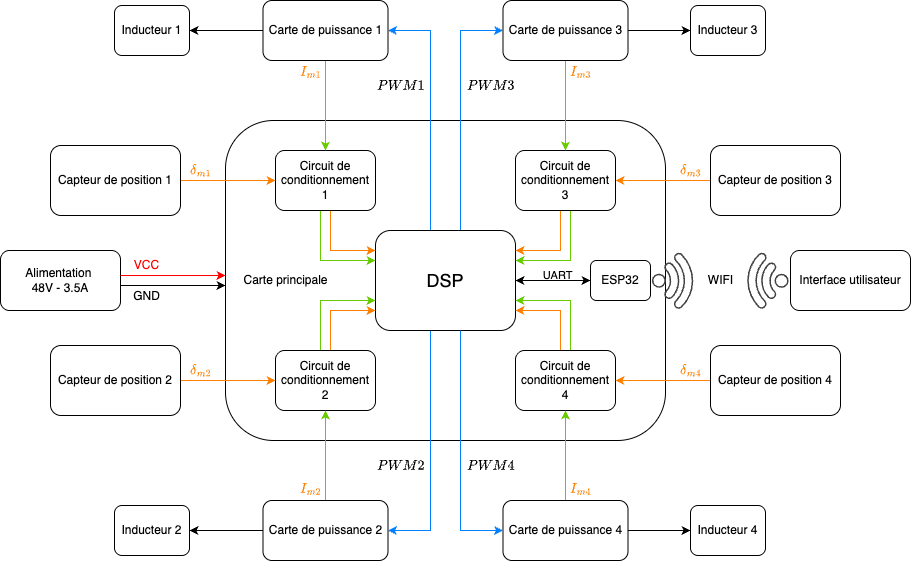
Above: assets/Chap2/SchemFonct.png in ulucinar-can/template-tb (draw.io), before the change. Source tidied: cells renumbered, new cells last; positions are measured from the earlier drawing's top-left corner, leaving out a move shared by most shapes.
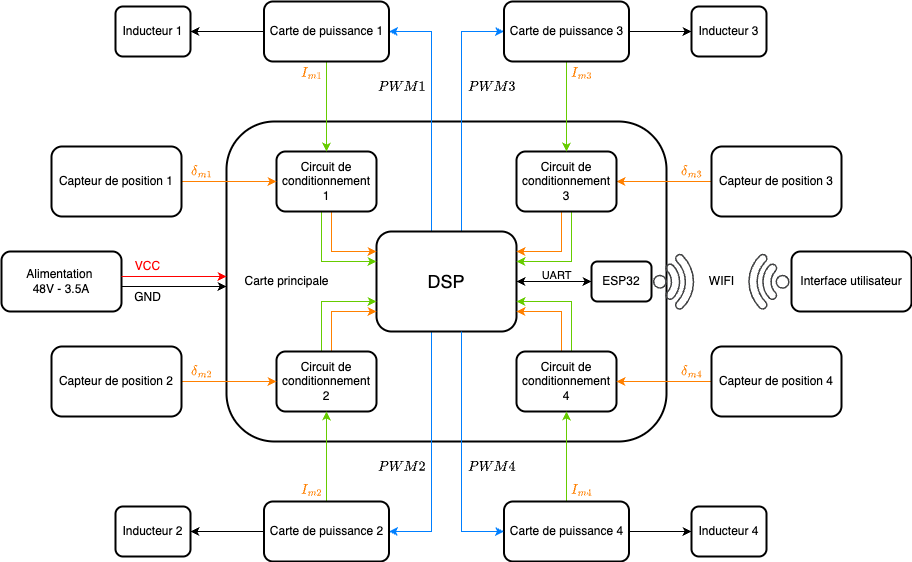
The same file after the commit.

Commit message:
Modif shem fonct

Change to the diagram source:
```diff
@@ -2,19 +2,19 @@
   <root>
     <mxCell id="0" />
     <mxCell id="1" parent="0" />
-    <mxCell id="2" style="rounded=1;whiteSpace=wrap;html=1;" parent="1" vertex="1">
+    <mxCell id="2" style="rounded=1;whiteSpace=wrap;html=1;strokeWidth=2;" parent="1" vertex="1">
       <mxGeometry x="225" y="120" width="440" height="320" as="geometry" />
     </mxCell>
     <mxCell id="3" style="edgeStyle=none;html=1;strokeColor=#FF8000;" parent="1" edge="1" source="4" target="16">
       <mxGeometry relative="1" as="geometry" />
     </mxCell>
-    <mxCell id="4" value="&lt;span style=&quot;color: rgb(0, 0, 0);&quot;&gt;Capteur de position 3&lt;/span&gt;" style="rounded=1;whiteSpace=wrap;html=1;" parent="1" vertex="1">
+    <mxCell id="4" value="&lt;span style=&quot;color: rgb(0, 0, 0);&quot;&gt;Capteur de position 3&lt;/span&gt;" style="rounded=1;whiteSpace=wrap;html=1;strokeWidth=2;" parent="1" vertex="1">
       <mxGeometry x="710" y="145" width="130" height="70" as="geometry" />
     </mxCell>
-    <mxCell id="5" value="&lt;p&gt;&lt;font style=&quot;color: rgb(0, 0, 0);&quot;&gt;Alimentation&amp;nbsp;&lt;br&gt;48V - 3.5A&lt;/font&gt;&lt;/p&gt;" style="rounded=1;whiteSpace=wrap;html=1;" parent="1" vertex="1">
+    <mxCell id="5" value="&lt;p&gt;&lt;font style=&quot;color: rgb(0, 0, 0);&quot;&gt;Alimentation&amp;nbsp;&lt;br&gt;48V - 3.5A&lt;/font&gt;&lt;/p&gt;" style="rounded=1;whiteSpace=wrap;html=1;strokeWidth=2;" parent="1" vertex="1">
       <mxGeometry y="250" width="120" height="60" as="geometry" />
     </mxCell>
-    <mxCell id="6" value="Interface utilisateur" style="rounded=1;whiteSpace=wrap;html=1;" parent="1" vertex="1">
+    <mxCell id="6" value="Interface utilisateur" style="rounded=1;whiteSpace=wrap;html=1;strokeWidth=2;" parent="1" vertex="1">
       <mxGeometry x="790" y="250" width="120" height="60" as="geometry" />
     </mxCell>
     <mxCell id="7" style="edgeStyle=orthogonalEdgeStyle;html=1;rounded=0;strokeColor=#007FFF;" parent="1" edge="1" source="10" target="33">
@@ -38,7 +38,7 @@
         </Array>
       </mxGeometry>
     </mxCell>
-    <mxCell id="10" value="&lt;font style=&quot;font-size: 18px;&quot;&gt;DSP&lt;/font&gt;" style="rounded=1;whiteSpace=wrap;html=1;" parent="1" vertex="1">
+    <mxCell id="10" value="&lt;font style=&quot;font-size: 18px;&quot;&gt;DSP&lt;/font&gt;" style="rounded=1;whiteSpace=wrap;html=1;strokeWidth=2;" parent="1" vertex="1">
       <mxGeometry x="375" y="230" width="140" height="100" as="geometry" />
     </mxCell>
     <mxCell id="11" style="edgeStyle=orthogonalEdgeStyle;html=1;rounded=0;strokeColor=#FF8000;" parent="1" edge="1" source="13" target="10">
@@ -55,7 +55,7 @@
         </Array>
       </mxGeometry>
     </mxCell>
-    <mxCell id="13" value="Circuit de conditionnement&lt;div&gt;4&lt;/div&gt;" style="rounded=1;whiteSpace=wrap;html=1;" parent="1" vertex="1">
+    <mxCell id="13" value="Circuit de conditionnement&lt;div&gt;4&lt;/div&gt;" style="rounded=1;whiteSpace=wrap;html=1;strokeWidth=2;" parent="1" vertex="1">
       <mxGeometry x="515" y="350" width="100" height="60" as="geometry" />
     </mxCell>
     <mxCell id="14" style="edgeStyle=orthogonalEdgeStyle;html=1;rounded=0;curved=0;strokeColor=#FF8000;" parent="1" edge="1" source="16" target="10">
@@ -72,7 +72,7 @@
         </Array>
       </mxGeometry>
     </mxCell>
-    <mxCell id="16" value="Circuit de conditionnement&lt;div&gt;3&lt;/div&gt;" style="rounded=1;whiteSpace=wrap;html=1;" parent="1" vertex="1">
+    <mxCell id="16" value="Circuit de conditionnement&lt;div&gt;3&lt;/div&gt;" style="rounded=1;whiteSpace=wrap;html=1;strokeWidth=2;" parent="1" vertex="1">
       <mxGeometry x="515" y="150" width="100" height="60" as="geometry" />
     </mxCell>
     <mxCell id="17" style="edgeStyle=orthogonalEdgeStyle;html=1;rounded=0;curved=0;strokeColor=#FF8000;" parent="1" edge="1" source="19" target="10">
@@ -89,7 +89,7 @@
         </Array>
       </mxGeometry>
     </mxCell>
-    <mxCell id="19" value="Circuit de conditionnement&lt;div&gt;1&lt;/div&gt;" style="rounded=1;whiteSpace=wrap;html=1;" parent="1" vertex="1">
+    <mxCell id="19" value="Circuit de conditionnement&lt;div&gt;1&lt;/div&gt;" style="rounded=1;whiteSpace=wrap;html=1;strokeWidth=2;" parent="1" vertex="1">
       <mxGeometry x="275" y="150" width="100" height="60" as="geometry" />
     </mxCell>
     <mxCell id="20" style="edgeStyle=orthogonalEdgeStyle;html=1;rounded=0;curved=0;strokeColor=#FF8000;" parent="1" edge="1" source="22" target="10">
@@ -106,7 +106,7 @@
         </Array>
       </mxGeometry>
     </mxCell>
-    <mxCell id="22" value="Circuit de conditionnement&lt;div&gt;2&lt;/div&gt;" style="rounded=1;whiteSpace=wrap;html=1;" parent="1" vertex="1">
+    <mxCell id="22" value="Circuit de conditionnement&lt;div&gt;2&lt;/div&gt;" style="rounded=1;whiteSpace=wrap;html=1;strokeWidth=2;" parent="1" vertex="1">
       <mxGeometry x="275" y="350" width="100" height="60" as="geometry" />
     </mxCell>
     <mxCell id="23" style="edgeStyle=orthogonalEdgeStyle;html=1;strokeColor=#FF0000;rounded=0;curved=0;" parent="1" edge="1">
@@ -136,7 +136,7 @@
     <mxCell id="29" style="edgeStyle=none;html=1;" parent="1" edge="1" source="30" target="66">
       <mxGeometry relative="1" as="geometry" />
     </mxCell>
-    <mxCell id="30" value="&lt;span style=&quot;color: rgb(0, 0, 0);&quot;&gt;Carte de puissance 3&lt;/span&gt;" style="rounded=1;whiteSpace=wrap;html=1;" parent="1" vertex="1">
+    <mxCell id="30" value="&lt;span style=&quot;color: rgb(0, 0, 0);&quot;&gt;Carte de puissance 3&lt;/span&gt;" style="rounded=1;whiteSpace=wrap;html=1;strokeWidth=2;" parent="1" vertex="1">
       <mxGeometry x="502.5" width="125" height="60" as="geometry" />
     </mxCell>
     <mxCell id="31" style="edgeStyle=none;html=1;strokeColor=#66CC00;" parent="1" edge="1" source="33" target="19">
@@ -145,7 +145,7 @@
     <mxCell id="32" style="edgeStyle=none;html=1;" parent="1" edge="1" source="33" target="65">
       <mxGeometry relative="1" as="geometry" />
     </mxCell>
-    <mxCell id="33" value="&lt;div&gt;&lt;span style=&quot;color: rgb(0, 0, 0);&quot;&gt;Carte de puissance 1&lt;/span&gt;&lt;/div&gt;" style="rounded=1;whiteSpace=wrap;html=1;" parent="1" vertex="1">
+    <mxCell id="33" value="&lt;div&gt;&lt;span style=&quot;color: rgb(0, 0, 0);&quot;&gt;Carte de puissance 1&lt;/span&gt;&lt;/div&gt;" style="rounded=1;whiteSpace=wrap;html=1;strokeWidth=2;" parent="1" vertex="1">
       <mxGeometry x="262.5" width="125" height="60" as="geometry" />
     </mxCell>
     <mxCell id="34" style="edgeStyle=none;html=1;strokeColor=#66CC00;" parent="1" edge="1" source="36" target="22">
@@ -154,7 +154,7 @@
     <mxCell id="35" style="edgeStyle=none;html=1;" parent="1" edge="1" source="36" target="67">
       <mxGeometry relative="1" as="geometry" />
     </mxCell>
-    <mxCell id="36" value="&lt;span style=&quot;color: rgb(0, 0, 0);&quot;&gt;Carte de puissance 2&lt;/span&gt;" style="rounded=1;whiteSpace=wrap;html=1;" parent="1" vertex="1">
+    <mxCell id="36" value="&lt;span style=&quot;color: rgb(0, 0, 0);&quot;&gt;Carte de puissance 2&lt;/span&gt;" style="rounded=1;whiteSpace=wrap;html=1;strokeWidth=2;" parent="1" vertex="1">
       <mxGeometry x="262.5" y="500" width="125" height="60" as="geometry" />
     </mxCell>
     <mxCell id="37" style="edgeStyle=none;html=1;strokeColor=#66CC00;" parent="1" edge="1" source="39" target="13">
@@ -163,25 +163,25 @@
     <mxCell id="38" style="edgeStyle=none;html=1;" parent="1" edge="1" source="39" target="68">
       <mxGeometry relative="1" as="geometry" />
     </mxCell>
-    <mxCell id="39" value="&lt;span style=&quot;color: rgb(0, 0, 0);&quot;&gt;Carte de puissance 4&lt;/span&gt;" style="rounded=1;whiteSpace=wrap;html=1;" parent="1" vertex="1">
+    <mxCell id="39" value="&lt;span style=&quot;color: rgb(0, 0, 0);&quot;&gt;Carte de puissance 4&lt;/span&gt;" style="rounded=1;whiteSpace=wrap;html=1;strokeWidth=2;" parent="1" vertex="1">
       <mxGeometry x="502.5" y="500" width="125" height="60" as="geometry" />
     </mxCell>
     <mxCell id="40" style="edgeStyle=none;html=1;strokeColor=#FF8000;" parent="1" edge="1" source="41" target="13">
       <mxGeometry relative="1" as="geometry" />
     </mxCell>
-    <mxCell id="41" value="&lt;span style=&quot;color: rgb(0, 0, 0);&quot;&gt;Capteur de position 4&lt;/span&gt;" style="rounded=1;whiteSpace=wrap;html=1;" parent="1" vertex="1">
+    <mxCell id="41" value="&lt;span style=&quot;color: rgb(0, 0, 0);&quot;&gt;Capteur de position 4&lt;/span&gt;" style="rounded=1;whiteSpace=wrap;html=1;strokeWidth=2;" parent="1" vertex="1">
       <mxGeometry x="710" y="345" width="130" height="70" as="geometry" />
     </mxCell>
     <mxCell id="42" style="edgeStyle=none;html=1;strokeColor=#FF8000;" parent="1" edge="1" source="43" target="22">
       <mxGeometry relative="1" as="geometry" />
     </mxCell>
-    <mxCell id="43" value="&lt;span style=&quot;color: rgb(0, 0, 0);&quot;&gt;Capteur de position 2&lt;/span&gt;" style="rounded=1;whiteSpace=wrap;html=1;" parent="1" vertex="1">
+    <mxCell id="43" value="&lt;span style=&quot;color: rgb(0, 0, 0);&quot;&gt;Capteur de position 2&lt;/span&gt;" style="rounded=1;whiteSpace=wrap;html=1;strokeWidth=2;" parent="1" vertex="1">
       <mxGeometry x="50" y="345" width="130" height="70" as="geometry" />
     </mxCell>
     <mxCell id="44" style="edgeStyle=none;html=1;strokeColor=#FF8000;" parent="1" edge="1" source="45" target="19">
       <mxGeometry relative="1" as="geometry" />
     </mxCell>
-    <mxCell id="45" value="&lt;span style=&quot;color: rgb(0, 0, 0);&quot;&gt;Capteur de position 1&lt;/span&gt;" style="rounded=1;whiteSpace=wrap;html=1;" parent="1" vertex="1">
+    <mxCell id="45" value="&lt;span style=&quot;color: rgb(0, 0, 0);&quot;&gt;Capteur de position 1&lt;/span&gt;" style="rounded=1;whiteSpace=wrap;html=1;strokeWidth=2;" parent="1" vertex="1">
       <mxGeometry x="50" y="145" width="130" height="70" as="geometry" />
     </mxCell>
     <mxCell id="46" style="edgeStyle=none;html=1;exitX=0;exitY=0.5;exitDx=0;exitDy=0;startArrow=classic;startFill=1;strokeWidth=1;targetPerimeterSpacing=0;" parent="1" edge="1" source="48" target="10">
@@ -192,7 +192,7 @@
         <mxPoint x="15" y="-6" as="offset" />
       </mxGeometry>
     </mxCell>
-    <mxCell id="48" value="ESP32" style="rounded=1;whiteSpace=wrap;html=1;" parent="1" vertex="1">
+    <mxCell id="48" value="ESP32" style="rounded=1;whiteSpace=wrap;html=1;strokeWidth=2;" parent="1" vertex="1">
       <mxGeometry x="590" y="260" width="60" height="40" as="geometry" />
     </mxCell>
     <mxCell id="49" style="sketch=0;shadow=0;dashed=0;html=1;strokeColor=none;fillColor=#434445;labelPosition=center;verticalLabelPosition=bottom;verticalAlign=top;align=center;shape=mxgraph.vvd.wi_fi;rotation=45;" parent="1" vertex="1">
@@ -247,16 +247,16 @@
     <mxCell id="64" value="$$PWM1$$" style="text;html=1;align=center;verticalAlign=middle;strokeColor=none;fillColor=none;" parent="1" vertex="1">
       <mxGeometry x="355" y="70" width="90" height="30" as="geometry" />
     </mxCell>
-    <mxCell id="65" value="Inducteur 1" style="rounded=1;whiteSpace=wrap;html=1;" parent="1" vertex="1">
+    <mxCell id="65" value="Inducteur 1" style="rounded=1;whiteSpace=wrap;html=1;strokeWidth=2;" parent="1" vertex="1">
       <mxGeometry x="114" y="5" width="75" height="50" as="geometry" />
     </mxCell>
-    <mxCell id="66" value="Inducteur 3" style="rounded=1;whiteSpace=wrap;html=1;" parent="1" vertex="1">
+    <mxCell id="66" value="Inducteur 3" style="rounded=1;whiteSpace=wrap;html=1;strokeWidth=2;" parent="1" vertex="1">
       <mxGeometry x="690" y="5" width="75" height="50" as="geometry" />
     </mxCell>
-    <mxCell id="67" value="Inducteur 2" style="rounded=1;whiteSpace=wrap;html=1;" parent="1" vertex="1">
+    <mxCell id="67" value="Inducteur 2" style="rounded=1;whiteSpace=wrap;html=1;strokeWidth=2;" parent="1" vertex="1">
       <mxGeometry x="114" y="505" width="75" height="50" as="geometry" />
     </mxCell>
-    <mxCell id="68" value="Inducteur 4" style="rounded=1;whiteSpace=wrap;html=1;" parent="1" vertex="1">
+    <mxCell id="68" value="Inducteur 4" style="rounded=1;whiteSpace=wrap;html=1;strokeWidth=2;" parent="1" vertex="1">
       <mxGeometry x="690" y="505" width="75" height="50" as="geometry" />
     </mxCell>
   </root>
```
